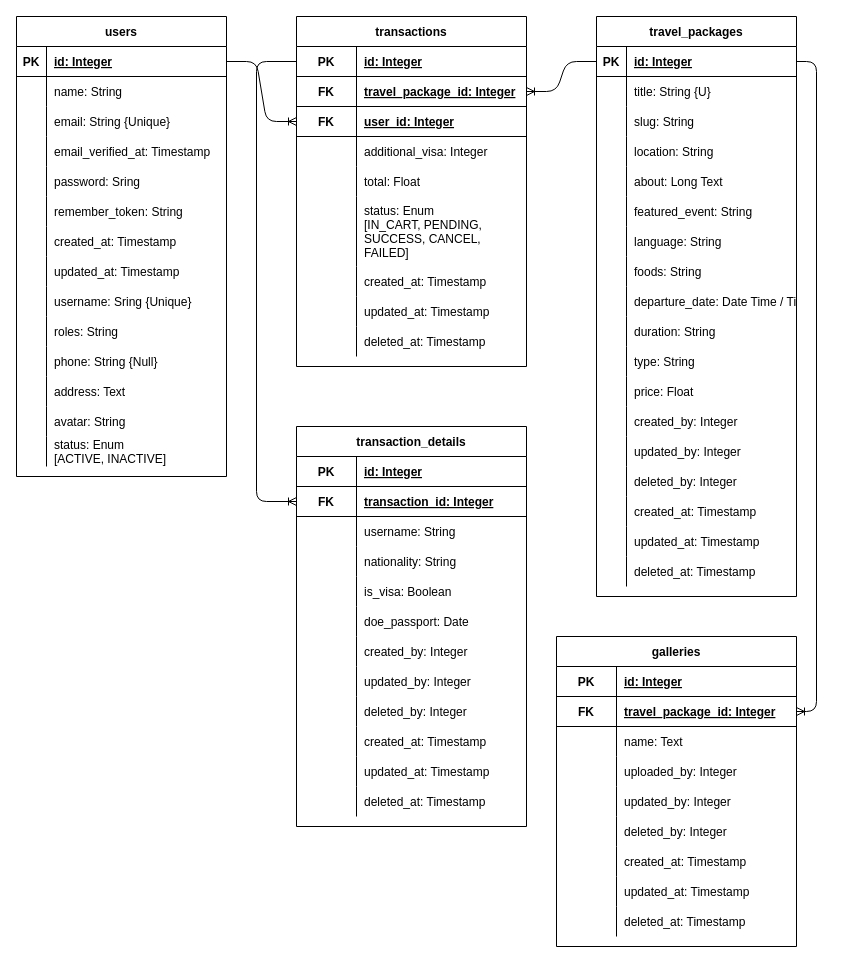
Before: erd.drawio in luckyman1004/Travel_Laravel, a draw.io diagram. Source tidied: cells renumbered, new cells numbered last; positions are measured from the earlier drawing's top-left corner, leaving out a move shared by most shapes. Both pictures are drawn from the tidied source at 100%, with x=0, y=0 at pixel (16, 16).
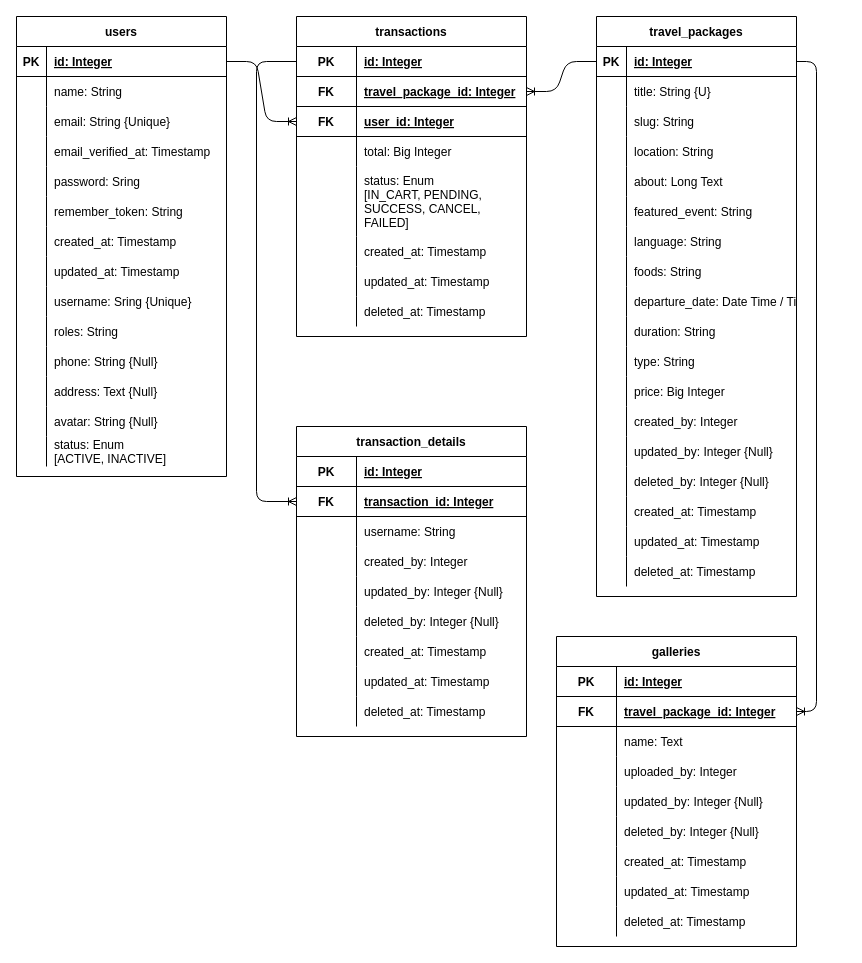
The same diagram, later.

Unchanged cells that the change refers to:
```xml
<mxCell id="36" style="shape=partialRectangle;fillColor=none;top=0;left=0;bottom=0;right=0;" parent="2" vertex="1">
  <mxGeometry y="360" width="210" height="30" as="geometry" />
</mxCell>
<mxCell id="39" style="shape=partialRectangle;fillColor=none;top=0;left=0;bottom=0;right=0;" parent="2" vertex="1">
  <mxGeometry y="390" width="210" height="30" as="geometry" />
</mxCell>
<mxCell id="79" style="shape=partialRectangle;fillColor=none;top=0;left=0;bottom=0;right=0;" parent="45" vertex="1">
  <mxGeometry y="360" width="200" height="30" as="geometry" />
</mxCell>
<mxCell id="85" style="shape=partialRectangle;fillColor=none;top=0;left=0;bottom=0;right=0;" parent="45" vertex="1">
  <mxGeometry y="420" width="200" height="30" as="geometry" />
</mxCell>
<mxCell id="88" style="shape=partialRectangle;fillColor=none;top=0;left=0;bottom=0;right=0;" parent="45" vertex="1">
  <mxGeometry y="450" width="200" height="30" as="geometry" />
</mxCell>
<mxCell id="113" style="shape=partialRectangle;fillColor=none;top=0;left=0;bottom=0;right=0;" parent="100" vertex="1">
  <mxGeometry y="150" width="240" height="30" as="geometry" />
</mxCell>
<mxCell id="116" style="shape=partialRectangle;fillColor=none;top=0;left=0;bottom=0;right=0;" parent="100" vertex="1">
  <mxGeometry y="180" width="240" height="30" as="geometry" />
</mxCell>
```

Diff of the diagram source:
```diff
@@
-    <mxCell id="38" value="address: Text" style="shape=partialRectangle;fillColor=none;top=0;left=0;bottom=0;right=0;align=left;spacingLeft=6;overflow=hidden;" parent="36" vertex="1">
+    <mxCell id="38" value="address: Text {Null}" style="shape=partialRectangle;fillColor=none;top=0;left=0;bottom=0;right=0;align=left;spacingLeft=6;overflow=hidden;" parent="36" vertex="1">
       <mxGeometry x="30" width="180" height="30" as="geometry" />
     </mxCell>
@@
-    <mxCell id="41" value="avatar: String" style="shape=partialRectangle;fillColor=none;top=0;left=0;bottom=0;right=0;align=left;spacingLeft=6;overflow=hidden;" parent="39" vertex="1">
+    <mxCell id="41" value="avatar: String {Null}" style="shape=partialRectangle;fillColor=none;top=0;left=0;bottom=0;right=0;align=left;spacingLeft=6;overflow=hidden;" parent="39" vertex="1">
       <mxGeometry x="30" width="180" height="30" as="geometry" />
     </mxCell>
@@
-    <mxCell id="81" value="price: Float" style="shape=partialRectangle;fillColor=none;top=0;left=0;bottom=0;right=0;align=left;spacingLeft=6;overflow=hidden;" parent="79" vertex="1">
+    <mxCell id="81" value="price: Big Integer" style="shape=partialRectangle;fillColor=none;top=0;left=0;bottom=0;right=0;align=left;spacingLeft=6;overflow=hidden;" parent="79" vertex="1">
       <mxGeometry x="30" width="170" height="30" as="geometry" />
     </mxCell>
@@
-    <mxCell id="87" value="updated_by: Integer" style="shape=partialRectangle;fillColor=none;top=0;left=0;bottom=0;right=0;align=left;spacingLeft=6;overflow=hidden;" parent="85" vertex="1">
+    <mxCell id="87" value="updated_by: Integer {Null}" style="shape=partialRectangle;fillColor=none;top=0;left=0;bottom=0;right=0;align=left;spacingLeft=6;overflow=hidden;" parent="85" vertex="1">
       <mxGeometry x="30" width="170" height="30" as="geometry" />
     </mxCell>
@@
-    <mxCell id="90" value="deleted_by: Integer" style="shape=partialRectangle;fillColor=none;top=0;left=0;bottom=0;right=0;align=left;spacingLeft=6;overflow=hidden;" parent="88" vertex="1">
+    <mxCell id="90" value="deleted_by: Integer {Null}" style="shape=partialRectangle;fillColor=none;top=0;left=0;bottom=0;right=0;align=left;spacingLeft=6;overflow=hidden;" parent="88" vertex="1">
       <mxGeometry x="30" width="170" height="30" as="geometry" />
     </mxCell>
@@
-    <mxCell id="115" value="updated_by: Integer" style="shape=partialRectangle;fillColor=none;top=0;left=0;bottom=0;right=0;align=left;spacingLeft=6;overflow=hidden;" parent="113" vertex="1">
+    <mxCell id="115" value="updated_by: Integer {Null}" style="shape=partialRectangle;fillColor=none;top=0;left=0;bottom=0;right=0;align=left;spacingLeft=6;overflow=hidden;" parent="113" vertex="1">
       <mxGeometry x="60" width="180" height="30" as="geometry" />
     </mxCell>
@@
-    <mxCell id="118" value="deleted_by: Integer" style="shape=partialRectangle;fillColor=none;top=0;left=0;bottom=0;right=0;align=left;spacingLeft=6;overflow=hidden;" parent="116" vertex="1">
+    <mxCell id="118" value="deleted_by: Integer {Null}" style="shape=partialRectangle;fillColor=none;top=0;left=0;bottom=0;right=0;align=left;spacingLeft=6;overflow=hidden;" parent="116" vertex="1">
       <mxGeometry x="60" width="180" height="30" as="geometry" />
     </mxCell>
@@
     <mxCell id="128" value="transactions" style="shape=table;startSize=30;childLayout=tableLayout;rowLines=0;fontStyle=1;align=center;fillColor=none;" parent="1" vertex="1">
-      <mxGeometry x="280" width="230" height="350" as="geometry" />
+      <mxGeometry x="280" width="230" height="320" as="geometry" />
     </mxCell>
@@
-    <mxCell id="138" style="shape=partialRectangle;fillColor=none;top=0;left=0;bottom=0;right=0;" parent="128" vertex="1">
-      <mxGeometry y="120" width="230" height="30" as="geometry" />
-    </mxCell>
-    <mxCell id="139" style="shape=partialRectangle;fillColor=none;top=0;left=0;bottom=0;right=0;overflow=hidden;" parent="138" vertex="1">
-      <mxGeometry width="60" height="30" as="geometry" />
-    </mxCell>
-    <mxCell id="140" value="additional_visa: Integer" style="shape=partialRectangle;fillColor=none;top=0;left=0;bottom=0;right=0;align=left;spacingLeft=6;overflow=hidden;" parent="138" vertex="1">
-      <mxGeometry x="60" width="170" height="30" as="geometry" />
-    </mxCell>
     <mxCell id="141" style="shape=partialRectangle;fillColor=none;top=0;left=0;bottom=0;right=0;" parent="128" vertex="1">
-      <mxGeometry y="150" width="230" height="30" as="geometry" />
+      <mxGeometry y="120" width="230" height="30" as="geometry" />
     </mxCell>
@@
-    <mxCell id="143" value="total: Float" style="shape=partialRectangle;fillColor=none;top=0;left=0;bottom=0;right=0;align=left;spacingLeft=6;overflow=hidden;" parent="141" vertex="1">
+    <mxCell id="143" value="total: Big Integer" style="shape=partialRectangle;fillColor=none;top=0;left=0;bottom=0;right=0;align=left;spacingLeft=6;overflow=hidden;" parent="141" vertex="1">
       <mxGeometry x="60" width="170" height="30" as="geometry" />
     </mxCell>
     <mxCell id="144" style="shape=partialRectangle;fillColor=none;top=0;left=0;bottom=0;right=0;" parent="128" vertex="1">
-      <mxGeometry y="180" width="230" height="70" as="geometry" />
+      <mxGeometry y="150" width="230" height="70" as="geometry" />
     </mxCell>
@@
     <mxCell id="147" style="shape=partialRectangle;fillColor=none;top=0;left=0;bottom=0;right=0;" parent="128" vertex="1">
-      <mxGeometry y="250" width="230" height="30" as="geometry" />
+      <mxGeometry y="220" width="230" height="30" as="geometry" />
     </mxCell>
@@
     <mxCell id="150" style="shape=partialRectangle;fillColor=none;top=0;left=0;bottom=0;right=0;" parent="128" vertex="1">
-      <mxGeometry y="280" width="230" height="30" as="geometry" />
+      <mxGeometry y="250" width="230" height="30" as="geometry" />
     </mxCell>
@@
     <mxCell id="153" style="shape=partialRectangle;fillColor=none;top=0;left=0;bottom=0;right=0;" parent="128" vertex="1">
-      <mxGeometry y="310" width="230" height="30" as="geometry" />
+      <mxGeometry y="280" width="230" height="30" as="geometry" />
     </mxCell>
@@
     <mxCell id="156" value="transaction_details" style="shape=table;startSize=30;childLayout=tableLayout;rowLines=0;fontStyle=1;align=center;fillColor=none;" parent="1" vertex="1">
-      <mxGeometry x="280" y="410" width="230" height="400" as="geometry" />
+      <mxGeometry x="280" y="410" width="230" height="310" as="geometry" />
     </mxCell>
@@
-    <mxCell id="166" style="shape=partialRectangle;fillColor=none;top=0;left=0;bottom=0;right=0;" parent="156" vertex="1">
-      <mxGeometry y="120" width="230" height="30" as="geometry" />
-    </mxCell>
-    <mxCell id="167" style="shape=partialRectangle;fillColor=none;top=0;left=0;bottom=0;right=0;overflow=hidden;" parent="166" vertex="1">
-      <mxGeometry width="60" height="30" as="geometry" />
-    </mxCell>
-    <mxCell id="168" value="nationality: String" style="shape=partialRectangle;fillColor=none;top=0;left=0;bottom=0;right=0;align=left;spacingLeft=6;overflow=hidden;" parent="166" vertex="1">
-      <mxGeometry x="60" width="170" height="30" as="geometry" />
-    </mxCell>
-    <mxCell id="169" style="shape=partialRectangle;fillColor=none;top=0;left=0;bottom=0;right=0;" parent="156" vertex="1">
-      <mxGeometry y="150" width="230" height="30" as="geometry" />
-    </mxCell>
-    <mxCell id="170" style="shape=partialRectangle;fillColor=none;top=0;left=0;bottom=0;right=0;overflow=hidden;" parent="169" vertex="1">
-      <mxGeometry width="60" height="30" as="geometry" />
-    </mxCell>
-    <mxCell id="171" value="is_visa: Boolean" style="shape=partialRectangle;fillColor=none;top=0;left=0;bottom=0;right=0;align=left;spacingLeft=6;overflow=hidden;" parent="169" vertex="1">
-      <mxGeometry x="60" width="170" height="30" as="geometry" />
-    </mxCell>
-    <mxCell id="172" style="shape=partialRectangle;fillColor=none;top=0;left=0;bottom=0;right=0;" parent="156" vertex="1">
-      <mxGeometry y="180" width="230" height="30" as="geometry" />
-    </mxCell>
-    <mxCell id="173" style="shape=partialRectangle;fillColor=none;top=0;left=0;bottom=0;right=0;overflow=hidden;" parent="172" vertex="1">
-      <mxGeometry width="60" height="30" as="geometry" />
-    </mxCell>
-    <mxCell id="174" value="doe_passport: Date" style="shape=partialRectangle;fillColor=none;top=0;left=0;bottom=0;right=0;align=left;spacingLeft=6;overflow=hidden;" parent="172" vertex="1">
-      <mxGeometry x="60" width="170" height="30" as="geometry" />
-    </mxCell>
     <mxCell id="175" style="shape=partialRectangle;fillColor=none;top=0;left=0;bottom=0;right=0;" parent="156" vertex="1">
-      <mxGeometry y="210" width="230" height="30" as="geometry" />
+      <mxGeometry y="120" width="230" height="30" as="geometry" />
     </mxCell>
@@
     <mxCell id="178" style="shape=partialRectangle;fillColor=none;top=0;left=0;bottom=0;right=0;" parent="156" vertex="1">
-      <mxGeometry y="240" width="230" height="30" as="geometry" />
+      <mxGeometry y="150" width="230" height="30" as="geometry" />
     </mxCell>
@@
-    <mxCell id="180" value="updated_by: Integer" style="shape=partialRectangle;fillColor=none;top=0;left=0;bottom=0;right=0;align=left;spacingLeft=6;overflow=hidden;" parent="178" vertex="1">
+    <mxCell id="180" value="updated_by: Integer {Null}" style="shape=partialRectangle;fillColor=none;top=0;left=0;bottom=0;right=0;align=left;spacingLeft=6;overflow=hidden;" parent="178" vertex="1">
       <mxGeometry x="60" width="170" height="30" as="geometry" />
     </mxCell>
     <mxCell id="181" style="shape=partialRectangle;fillColor=none;top=0;left=0;bottom=0;right=0;" parent="156" vertex="1">
-      <mxGeometry y="270" width="230" height="30" as="geometry" />
+      <mxGeometry y="180" width="230" height="30" as="geometry" />
     </mxCell>
@@
-    <mxCell id="183" value="deleted_by: Integer" style="shape=partialRectangle;fillColor=none;top=0;left=0;bottom=0;right=0;align=left;spacingLeft=6;overflow=hidden;" parent="181" vertex="1">
+    <mxCell id="183" value="deleted_by: Integer {Null}" style="shape=partialRectangle;fillColor=none;top=0;left=0;bottom=0;right=0;align=left;spacingLeft=6;overflow=hidden;" parent="181" vertex="1">
       <mxGeometry x="60" width="170" height="30" as="geometry" />
     </mxCell>
     <mxCell id="184" style="shape=partialRectangle;fillColor=none;top=0;left=0;bottom=0;right=0;" parent="156" vertex="1">
-      <mxGeometry y="300" width="230" height="30" as="geometry" />
+      <mxGeometry y="210" width="230" height="30" as="geometry" />
     </mxCell>
@@
     <mxCell id="187" style="shape=partialRectangle;fillColor=none;top=0;left=0;bottom=0;right=0;" parent="156" vertex="1">
-      <mxGeometry y="330" width="230" height="30" as="geometry" />
+      <mxGeometry y="240" width="230" height="30" as="geometry" />
     </mxCell>
@@
     <mxCell id="190" style="shape=partialRectangle;fillColor=none;top=0;left=0;bottom=0;right=0;" parent="156" vertex="1">
-      <mxGeometry y="360" width="230" height="30" as="geometry" />
+      <mxGeometry y="270" width="230" height="30" as="geometry" />
     </mxCell>
```
